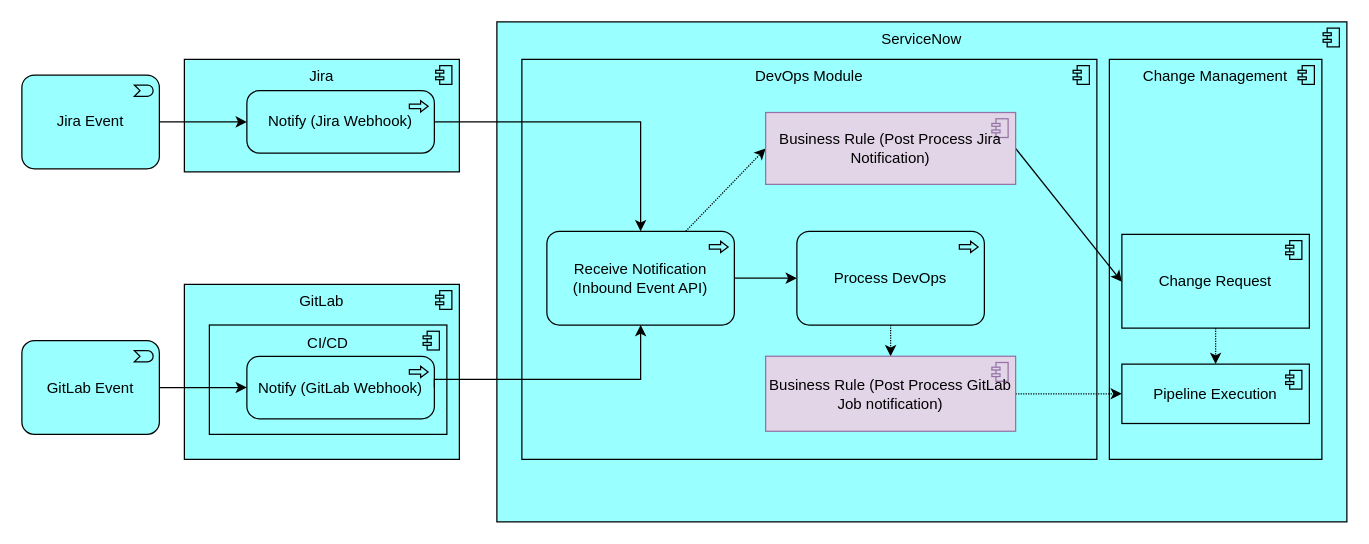
The draw.io diagram page "2BRs" (4 of 6) of SnowJira.drawio in algimas/tmp, before the edit. Source tidied: cells renumbered, new cells numbered last; positions are measured from the earlier drawing's top-left corner, leaving out a move shared by most shapes. Both pictures are drawn from the tidied source at 125%, with x=0, y=0 at pixel (21, 21).
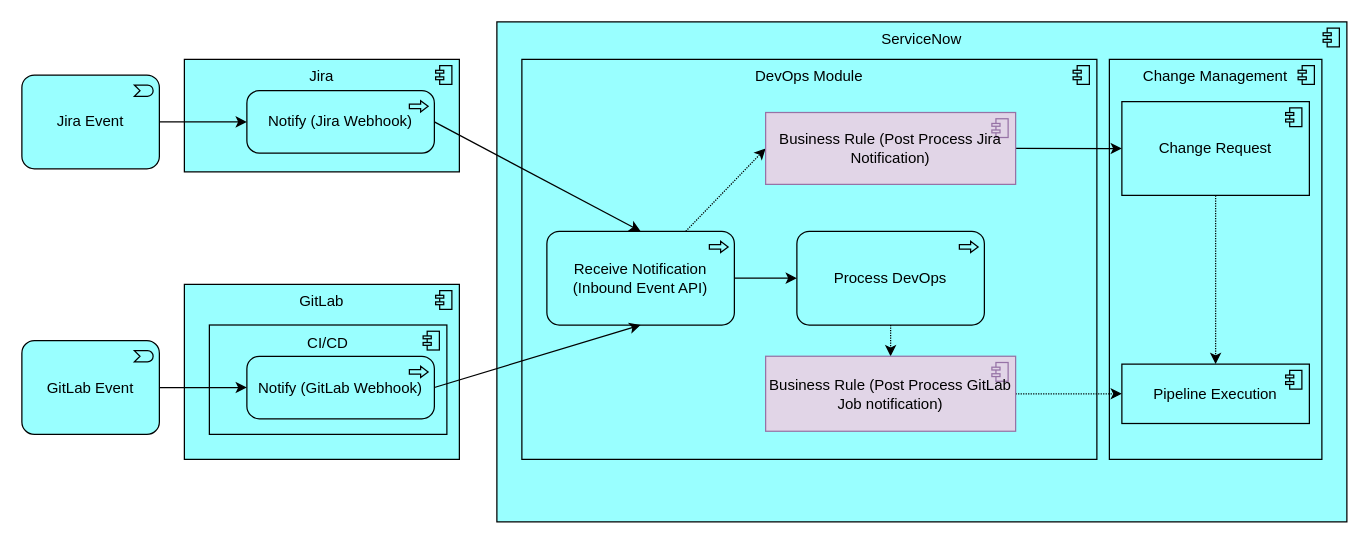
After the change.

The change refers to these unchanged cells:
```xml
<mxCell id="5" value="Notify (Jira Webhook)" style="html=1;outlineConnect=0;whiteSpace=wrap;fillColor=#99ffff;shape=mxgraph.archimate3.application;appType=proc;archiType=rounded;verticalAlign=middle;" parent="1" vertex="1">
  <mxGeometry x="180" y="55" width="150" height="50" as="geometry" />
</mxCell>
<mxCell id="8" value="Notify (GitLab Webhook)" style="html=1;outlineConnect=0;whiteSpace=wrap;fillColor=#99ffff;shape=mxgraph.archimate3.application;appType=proc;archiType=rounded;verticalAlign=middle;" parent="1" vertex="1">
  <mxGeometry x="180" y="267.5" width="150" height="50" as="geometry" />
</mxCell>
<mxCell id="16" value="Receive Notification (Inbound Event API)" style="html=1;outlineConnect=0;whiteSpace=wrap;fillColor=#99ffff;shape=mxgraph.archimate3.application;appType=proc;archiType=rounded;verticalAlign=middle;" parent="1" vertex="1">
  <mxGeometry x="420" y="167.5" width="150" height="75" as="geometry" />
</mxCell>
<mxCell id="20" value="Business Rule (Post Process Jira Notification)" style="html=1;outlineConnect=0;whiteSpace=wrap;fillColor=#e1d5e7;shape=mxgraph.archimate3.application;appType=comp;archiType=square;verticalAlign=middle;strokeColor=#9673a6;" parent="1" vertex="1">
  <mxGeometry x="595" y="72.5" width="200" height="57.5" as="geometry" />
</mxCell>
```

Diff of the diagram source:
```diff
@@
-    <mxCell id="19" style="rounded=0;jettySize=auto;html=1;exitX=1;exitY=0.5;exitDx=0;exitDy=0;exitPerimeter=0;" parent="1" edge="1" source="20">
-      <mxGeometry relative="1" as="geometry">
-        <mxPoint x="880" y="208" as="targetPoint" />
-      </mxGeometry>
+    <mxCell id="19" style="rounded=0;jettySize=auto;html=1;exitX=1;exitY=0.5;exitDx=0;exitDy=0;exitPerimeter=0;entryX=0;entryY=0.5;entryDx=0;entryDy=0;entryPerimeter=0;" parent="1" edge="1" source="20" target="22">
+      <mxGeometry relative="1" as="geometry" />
     </mxCell>
@@
     <mxCell id="22" value="Change Request" style="html=1;outlineConnect=0;whiteSpace=wrap;fillColor=#99ffff;shape=mxgraph.archimate3.application;appType=comp;archiType=square;verticalAlign=middle;" parent="1" vertex="1">
-      <mxGeometry x="880" y="170" width="150" height="75" as="geometry" />
+      <mxGeometry x="880" y="63.8" width="150" height="75" as="geometry" />
     </mxCell>
-    <mxCell id="23" style="edgeStyle=orthogonalEdgeStyle;rounded=0;jettySize=auto;html=1;entryX=0.5;entryY=0;entryDx=0;entryDy=0;entryPerimeter=0;exitX=1;exitY=0.5;exitDx=0;exitDy=0;exitPerimeter=0;" parent="1" edge="1" source="5" target="16">
-      <mxGeometry relative="1" as="geometry">
-        <Array as="points">
-          <mxPoint x="495" y="80" />
-        </Array>
-      </mxGeometry>
+    <mxCell id="23" style="rounded=0;jettySize=auto;html=1;entryX=0.5;entryY=0;entryDx=0;entryDy=0;entryPerimeter=0;exitX=1;exitY=0.5;exitDx=0;exitDy=0;exitPerimeter=0;" parent="1" edge="1" source="5" target="16">
+      <mxGeometry relative="1" as="geometry" />
     </mxCell>
-    <mxCell id="24" style="edgeStyle=orthogonalEdgeStyle;rounded=0;jettySize=auto;html=1;exitX=1;exitY=0.5;exitDx=0;exitDy=0;exitPerimeter=0;entryX=0.5;entryY=1;entryDx=0;entryDy=0;entryPerimeter=0;" parent="1" edge="1" source="8" target="16">
-      <mxGeometry relative="1" as="geometry">
-        <Array as="points">
-          <mxPoint x="330" y="286" />
-          <mxPoint x="495" y="286" />
-        </Array>
-      </mxGeometry>
+    <mxCell id="24" style="rounded=0;jettySize=auto;html=1;exitX=1;exitY=0.5;exitDx=0;exitDy=0;exitPerimeter=0;entryX=0.5;entryY=1;entryDx=0;entryDy=0;entryPerimeter=0;" parent="1" edge="1" source="8" target="16">
+      <mxGeometry relative="1" as="geometry" />
     </mxCell>
```
